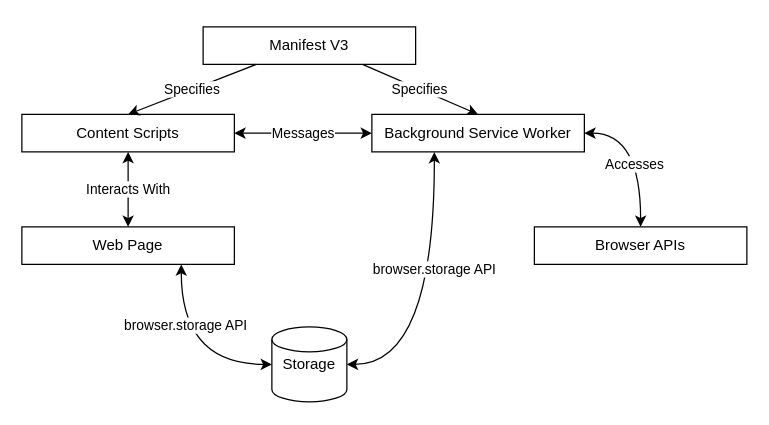
SzymonNastaly/Bachelors-Thesis-Szymon-Nastaly keeps this draw.io diagram as media/browser-extension-architecture.drawio. Above is the earlier version. Source tidied: cells renumbered, new cells numbered last; positions are measured from the earlier drawing's top-left corner, leaving out a move shared by most shapes. Both pictures are drawn from the tidied source at 125%, with x=0, y=0 at pixel (21, 26).
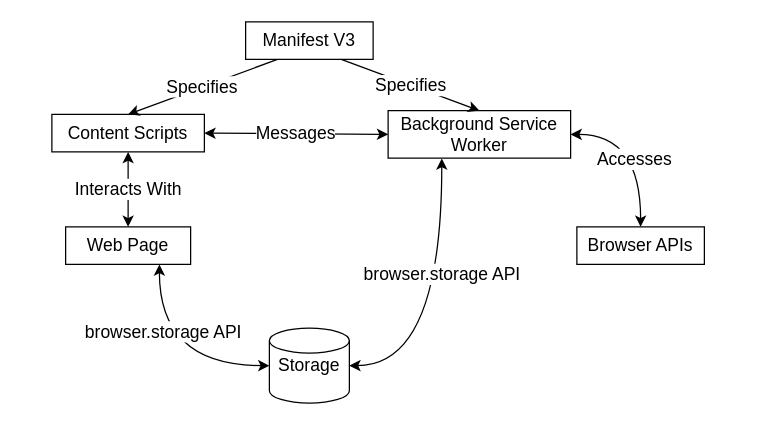
The same diagram, later.

Diff of the diagram source:
```diff
@@
 <mxGraphModel>
   <root>
     <mxCell id="0" />
     <mxCell id="1" parent="0" />
-    <mxCell id="2" value="Background Service Worker" style="rounded=0;whiteSpace=wrap;html=1;" parent="1" vertex="1">
-      <mxGeometry x="280" y="70" width="170" height="30" as="geometry" />
+    <mxCell id="2" value="Background Service Worker" style="rounded=0;whiteSpace=wrap;html=1;fontSize=14;" parent="1" vertex="1">
+      <mxGeometry x="293" y="67" width="146" height="38" as="geometry" />
     </mxCell>
-    <mxCell id="3" value="Manifest V3" style="rounded=0;whiteSpace=wrap;html=1;" parent="1" vertex="1">
-      <mxGeometry x="145" width="170" height="30" as="geometry" />
+    <mxCell id="3" value="Manifest V3" style="rounded=0;whiteSpace=wrap;html=1;fontSize=14;" parent="1" vertex="1">
+      <mxGeometry x="179" y="-4" width="102" height="30" as="geometry" />
     </mxCell>
-    <mxCell id="4" value="Content Scripts" style="rounded=0;whiteSpace=wrap;html=1;" parent="1" vertex="1">
-      <mxGeometry y="70" width="170" height="30" as="geometry" />
+    <mxCell id="4" value="Content Scripts" style="rounded=0;whiteSpace=wrap;html=1;fontSize=14;" parent="1" vertex="1">
+      <mxGeometry x="24" y="70" width="122" height="30" as="geometry" />
     </mxCell>
-    <mxCell id="5" value="Specifies" style="curved=1;endArrow=classic;html=1;rounded=0;exitX=0.25;exitY=1;exitDx=0;exitDy=0;entryX=0.5;entryY=0;entryDx=0;entryDy=0;" parent="1" edge="1" source="3" target="4">
+    <mxCell id="5" value="Specifies" style="curved=1;endArrow=classic;html=1;rounded=0;exitX=0.25;exitY=1;exitDx=0;exitDy=0;entryX=0.5;entryY=0;entryDx=0;entryDy=0;fontSize=14;" parent="1" edge="1" source="3" target="4">
       <mxGeometry relative="1" as="geometry" />
     </mxCell>
-    <mxCell id="6" value="Specifies" style="curved=1;endArrow=classic;html=1;rounded=0;exitX=0.75;exitY=1;exitDx=0;exitDy=0;entryX=0.5;entryY=0;entryDx=0;entryDy=0;" parent="1" edge="1" source="3" target="2">
+    <mxCell id="6" value="Specifies" style="curved=1;endArrow=classic;html=1;rounded=0;exitX=0.75;exitY=1;exitDx=0;exitDy=0;entryX=0.5;entryY=0;entryDx=0;entryDy=0;fontSize=14;" parent="1" edge="1" source="3" target="2">
       <mxGeometry relative="1" as="geometry" />
     </mxCell>
-    <mxCell id="7" value="Web Page" style="rounded=0;whiteSpace=wrap;html=1;" parent="1" vertex="1">
-      <mxGeometry y="160" width="170" height="30" as="geometry" />
+    <mxCell id="7" value="Web Page" style="rounded=0;whiteSpace=wrap;html=1;fontSize=14;" parent="1" vertex="1">
+      <mxGeometry x="35" y="160" width="100" height="30" as="geometry" />
     </mxCell>
-    <mxCell id="8" value="Interacts With" style="endArrow=classic;startArrow=classic;html=1;rounded=0;exitX=0.5;exitY=0;exitDx=0;exitDy=0;entryX=0.5;entryY=1;entryDx=0;entryDy=0;" parent="1" edge="1" source="7" target="4">
+    <mxCell id="8" value="Interacts With" style="endArrow=classic;startArrow=classic;html=1;rounded=0;exitX=0.5;exitY=0;exitDx=0;exitDy=0;entryX=0.5;entryY=1;entryDx=0;entryDy=0;fontSize=14;" parent="1" edge="1" source="7" target="4">
       <mxGeometry relative="1" as="geometry" />
     </mxCell>
-    <mxCell id="9" value="Storage" style="strokeWidth=1;html=1;shape=mxgraph.flowchart.database;whiteSpace=wrap;" parent="1" vertex="1">
-      <mxGeometry x="200" y="240" width="60" height="60" as="geometry" />
+    <mxCell id="9" value="Storage" style="strokeWidth=1;html=1;shape=mxgraph.flowchart.database;whiteSpace=wrap;fontSize=14;" parent="1" vertex="1">
+      <mxGeometry x="198" y="241" width="64" height="60" as="geometry" />
     </mxCell>
-    <mxCell id="10" value="browser.storage API" style="endArrow=classic;startArrow=classic;html=1;rounded=0;exitX=0.75;exitY=1;exitDx=0;exitDy=0;entryX=0;entryY=0.5;entryDx=0;entryDy=0;entryPerimeter=0;edgeStyle=orthogonalEdgeStyle;curved=1;" parent="1" edge="1" source="7" target="9">
+    <mxCell id="10" value="browser.storage API" style="endArrow=classic;startArrow=classic;html=1;rounded=0;exitX=0.75;exitY=1;exitDx=0;exitDy=0;entryX=0;entryY=0.5;entryDx=0;entryDy=0;entryPerimeter=0;edgeStyle=orthogonalEdgeStyle;curved=1;fontSize=14;" parent="1" edge="1" source="7" target="9">
       <mxGeometry x="-0.36" y="3" relative="1" as="geometry" />
     </mxCell>
-    <mxCell id="11" value="browser.storage API" style="endArrow=classic;startArrow=classic;html=1;rounded=0;exitX=0.294;exitY=1.006;exitDx=0;exitDy=0;entryX=1;entryY=0.5;entryDx=0;entryDy=0;entryPerimeter=0;flowAnimation=0;jumpStyle=none;curved=1;edgeStyle=orthogonalEdgeStyle;exitPerimeter=0;" parent="1" edge="1" source="2" target="9">
-      <mxGeometry x="-0.22" relative="1" as="geometry">
-        <Array as="points">
-          <mxPoint x="330" y="270" />
-        </Array>
-      </mxGeometry>
+    <mxCell id="11" value="browser.storage API" style="endArrow=classic;startArrow=classic;html=1;rounded=0;exitX=0.294;exitY=1.006;exitDx=0;exitDy=0;entryX=1;entryY=0.5;entryDx=0;entryDy=0;entryPerimeter=0;flowAnimation=0;jumpStyle=none;curved=1;edgeStyle=orthogonalEdgeStyle;exitPerimeter=0;fontSize=14;" parent="1" edge="1" source="2" target="9">
+      <mxGeometry x="-0.22" relative="1" as="geometry" />
     </mxCell>
-    <mxCell id="12" value="Messages" style="endArrow=classic;startArrow=classic;html=1;rounded=0;exitX=0;exitY=0.5;exitDx=0;exitDy=0;entryX=1;entryY=0.5;entryDx=0;entryDy=0;" parent="1" edge="1" source="2" target="4">
+    <mxCell id="12" value="Messages" style="endArrow=classic;startArrow=classic;html=1;rounded=0;exitX=0;exitY=0.5;exitDx=0;exitDy=0;entryX=1;entryY=0.5;entryDx=0;entryDy=0;fontSize=14;" parent="1" edge="1" source="2" target="4">
       <mxGeometry relative="1" as="geometry" />
     </mxCell>
-    <mxCell id="13" value="Browser APIs" style="rounded=0;whiteSpace=wrap;html=1;" parent="1" vertex="1">
-      <mxGeometry x="410" y="160" width="170" height="30" as="geometry" />
+    <mxCell id="13" value="Browser APIs" style="rounded=0;whiteSpace=wrap;html=1;fontSize=14;" parent="1" vertex="1">
+      <mxGeometry x="444" y="160" width="102" height="30" as="geometry" />
     </mxCell>
-    <mxCell id="14" value="Accesses" style="endArrow=classic;startArrow=classic;html=1;rounded=0;exitX=1;exitY=0.5;exitDx=0;exitDy=0;entryX=0.5;entryY=0;entryDx=0;entryDy=0;edgeStyle=orthogonalEdgeStyle;curved=1;" parent="1" edge="1" source="2" target="13">
-      <mxGeometry x="0.17" y="-5" relative="1" as="geometry">
-        <Array as="points">
-          <mxPoint x="495" y="85" />
-        </Array>
-      </mxGeometry>
+    <mxCell id="14" value="Accesses" style="endArrow=classic;startArrow=classic;html=1;rounded=0;exitX=1;exitY=0.5;exitDx=0;exitDy=0;entryX=0.5;entryY=0;entryDx=0;entryDy=0;edgeStyle=orthogonalEdgeStyle;fontSize=14;elbow=vertical;curved=1;" parent="1" edge="1" source="2" target="13">
+      <mxGeometry x="0.17" y="-5" relative="1" as="geometry" />
     </mxCell>
   </root>
 </mxGraphModel>
```
